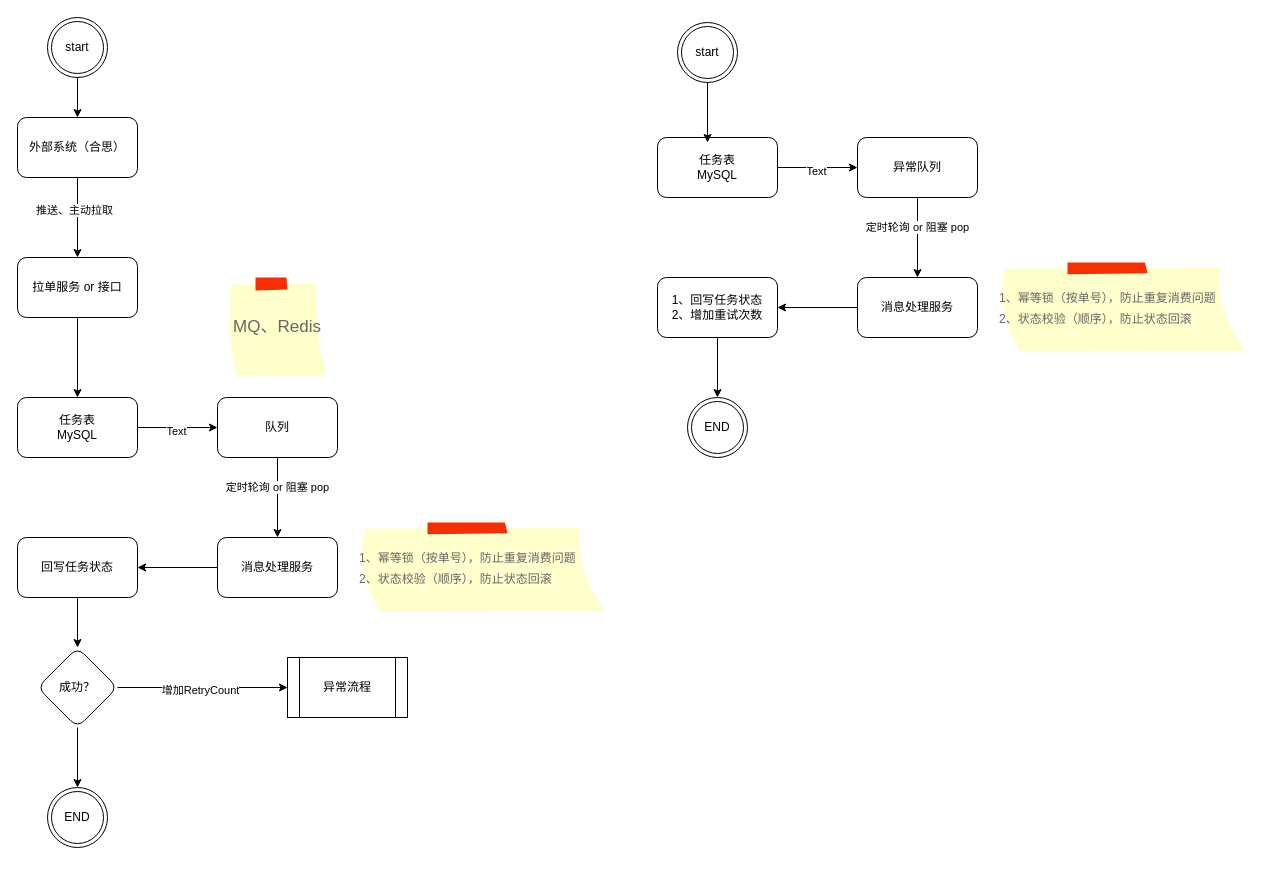
This is 拉状态.drawio from unclequentin/diagrams, a draw.io file, before an edit. Source tidied: cells renumbered, new cells numbered last; positions are measured from the earlier drawing's top-left corner, leaving out a move shared by most shapes. Both pictures are drawn from the tidied source at 100%, with x=0, y=0 at pixel (17, 17).
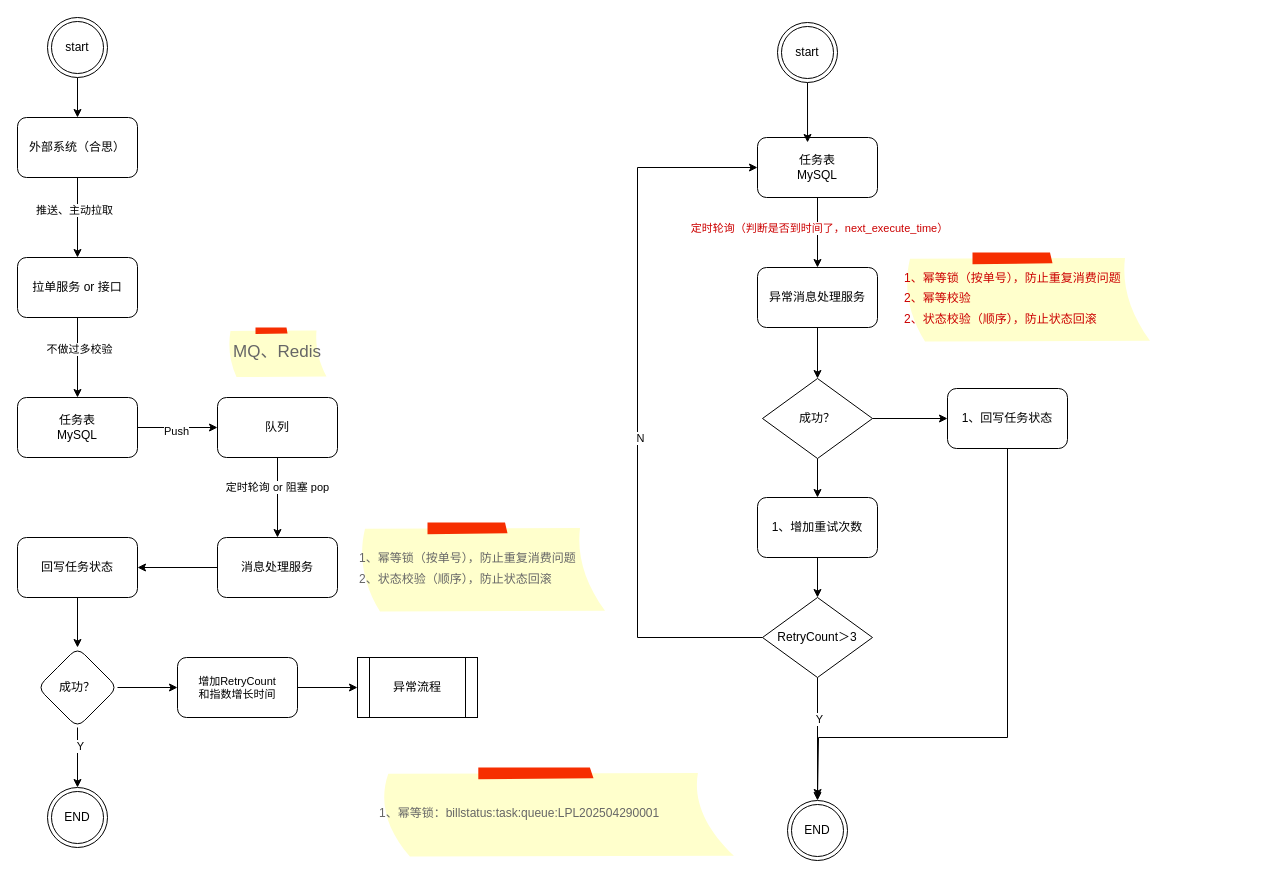
After the change.

Commit message:
更新拉状态.drawio

Unchanged cells that the change refers to:
```xml
<mxCell id="5" style="edgeStyle=orthogonalEdgeStyle;rounded=0;jettySize=auto;html=1;" parent="1" edge="1" source="6" target="9">
  <mxGeometry relative="1" as="geometry" />
</mxCell>
<mxCell id="7" style="edgeStyle=orthogonalEdgeStyle;rounded=0;jettySize=auto;html=1;" parent="1" edge="1" source="9" target="12">
  <mxGeometry relative="1" as="geometry" />
</mxCell>
<mxCell id="36" style="edgeStyle=orthogonalEdgeStyle;rounded=0;jettySize=auto;html=1;exitX=0.5;exitY=1;exitDx=0;exitDy=0;entryX=0.5;entryY=0;entryDx=0;entryDy=0;" parent="1" edge="1" source="39" target="19">
  <mxGeometry relative="1" as="geometry" />
</mxCell>
<mxCell id="39" value="成功？" style="rhombus;whiteSpace=wrap;html=1;rounded=1;" parent="1" vertex="1">
  <mxGeometry x="20" y="630" width="80" height="80" as="geometry" />
</mxCell>
```

Change to the diagram source:
```diff
@@
+    <mxCell id="41" value="不做过多校验" style="edgeLabel;html=1;align=center;verticalAlign=middle;" parent="5" vertex="1">
+      <mxGeometry x="-0.23" y="1" relative="1" as="geometry" />
+    </mxCell>
@@
-    <mxCell id="8" value="Text" style="edgeLabel;html=1;align=center;verticalAlign=middle;" parent="7" vertex="1">
+    <mxCell id="8" value="Push" style="edgeLabel;html=1;align=center;verticalAlign=middle;" parent="7" vertex="1">
       <mxGeometry x="-0.05" y="-3" relative="1" as="geometry" />
     </mxCell>
@@
     <mxCell id="15" value="MQ、Redis" style="strokeWidth=1;shadow=0;dashed=0;align=center;html=1;shape=mxgraph.mockup.text.stickyNote2;fontColor=#666666;mainText=;fontSize=17;whiteSpace=wrap;fillColor=#ffffcc;strokeColor=#F62E00;" parent="1" vertex="1">
-      <mxGeometry x="210" y="260" width="100" height="100" as="geometry" />
+      <mxGeometry x="210" y="310" width="100" height="50" as="geometry" />
     </mxCell>
@@
-    <mxCell id="22" style="edgeStyle=orthogonalEdgeStyle;rounded=0;jettySize=auto;html=1;" parent="1" edge="1" source="24" target="27">
-      <mxGeometry relative="1" as="geometry" />
-    </mxCell>
-    <mxCell id="23" value="Text" style="edgeLabel;html=1;align=center;verticalAlign=middle;" parent="22" vertex="1">
-      <mxGeometry x="-0.05" y="-3" relative="1" as="geometry" />
-    </mxCell>
+    <mxCell id="42" style="edgeStyle=orthogonalEdgeStyle;rounded=0;jettySize=auto;html=1;exitX=0.5;exitY=1;exitDx=0;exitDy=0;" parent="1" edge="1" source="24" target="29">
+      <mxGeometry relative="1" as="geometry" />
+    </mxCell>
+    <mxCell id="43" value="&lt;span style=&quot;color: rgb(204, 0, 0);&quot;&gt;定时轮询（判断是否到时间了，next_execute_time）&lt;/span&gt;" style="edgeLabel;html=1;align=center;verticalAlign=middle;" parent="42" vertex="1">
+      <mxGeometry x="-0.14" y="1" relative="1" as="geometry" />
+    </mxCell>
     <mxCell id="24" value="任务表&lt;div&gt;MySQL&lt;/div&gt;" style="whiteSpace=wrap;html=1;rounded=1;" parent="1" vertex="1">
-      <mxGeometry x="640" y="120" width="120" height="60" as="geometry" />
+      <mxGeometry x="740" y="120" width="120" height="60" as="geometry" />
     </mxCell>
-    <mxCell id="25" style="edgeStyle=orthogonalEdgeStyle;rounded=0;jettySize=auto;html=1;" parent="1" edge="1" source="27" target="29">
-      <mxGeometry relative="1" as="geometry" />
-    </mxCell>
-    <mxCell id="26" value="定时轮询 or 阻塞 pop" style="edgeLabel;html=1;align=center;verticalAlign=middle;" parent="25" vertex="1">
-      <mxGeometry x="-0.28" y="-1" relative="1" as="geometry" />
-    </mxCell>
-    <mxCell id="27" value="异常队列" style="whiteSpace=wrap;html=1;rounded=1;" parent="1" vertex="1">
-      <mxGeometry x="840" y="120" width="120" height="60" as="geometry" />
-    </mxCell>
-    <mxCell id="28" style="edgeStyle=orthogonalEdgeStyle;rounded=0;jettySize=auto;html=1;" parent="1" edge="1" source="29" target="32">
-      <mxGeometry relative="1" as="geometry" />
-    </mxCell>
+    <mxCell id="44" style="edgeStyle=orthogonalEdgeStyle;rounded=0;jettySize=auto;html=1;exitX=0.5;exitY=1;exitDx=0;exitDy=0;entryX=0.5;entryY=0;entryDx=0;entryDy=0;" parent="1" edge="1" source="29" target="58">
+      <mxGeometry relative="1" as="geometry" />
+    </mxCell>
-    <mxCell id="29" value="消息处理服务" style="whiteSpace=wrap;html=1;rounded=1;" parent="1" vertex="1">
-      <mxGeometry x="840" y="260" width="120" height="60" as="geometry" />
+    <mxCell id="29" value="异常消息处理服务" style="whiteSpace=wrap;html=1;rounded=1;" parent="1" vertex="1">
+      <mxGeometry x="740" y="250" width="120" height="60" as="geometry" />
     </mxCell>
-    <mxCell id="30" value="&lt;font style=&quot;font-size: 12px;&quot;&gt;1、幂等锁（按单号），防止重复消费问题&lt;/font&gt;&lt;div&gt;&lt;font style=&quot;font-size: 12px;&quot;&gt;2、状态校验（顺序），防止状态回滚&lt;/font&gt;&lt;/div&gt;" style="strokeWidth=1;shadow=0;dashed=0;align=left;html=1;shape=mxgraph.mockup.text.stickyNote2;fontColor=#666666;mainText=;fontSize=17;whiteSpace=wrap;fillColor=#ffffcc;strokeColor=#F62E00;" parent="1" vertex="1">
-      <mxGeometry x="980" y="245" width="250" height="90" as="geometry" />
+    <mxCell id="30" value="&lt;font style=&quot;font-size: 12px; color: rgb(204, 0, 0);&quot;&gt;1、幂等锁（按单号），防止重复消费问题&lt;/font&gt;&lt;div&gt;&lt;span style=&quot;font-size: 12px;&quot;&gt;&lt;font style=&quot;color: rgb(204, 0, 0);&quot;&gt;2、幂等校验&lt;br&gt;&lt;/font&gt;&lt;/span&gt;&lt;div&gt;&lt;font style=&quot;font-size: 12px; color: rgb(204, 0, 0);&quot;&gt;2、状态校验（顺序），防止状态回滚&lt;/font&gt;&lt;/div&gt;&lt;/div&gt;" style="strokeWidth=1;shadow=0;dashed=0;align=left;html=1;shape=mxgraph.mockup.text.stickyNote2;fontColor=#666666;mainText=;fontSize=17;whiteSpace=wrap;fillColor=#ffffcc;strokeColor=#F62E00;" parent="1" vertex="1">
+      <mxGeometry x="885" y="235" width="250" height="90" as="geometry" />
     </mxCell>
-    <mxCell id="31" style="edgeStyle=orthogonalEdgeStyle;rounded=0;jettySize=auto;html=1;exitX=0.5;exitY=1;exitDx=0;exitDy=0;entryX=0.5;entryY=0;entryDx=0;entryDy=0;" parent="1" edge="1" source="32" target="33">
-      <mxGeometry relative="1" as="geometry" />
-    </mxCell>
-    <mxCell id="32" value="1、回写任务状态&lt;div&gt;2、增加重试次数&lt;/div&gt;" style="whiteSpace=wrap;html=1;rounded=1;" parent="1" vertex="1">
-      <mxGeometry x="640" y="260" width="120" height="60" as="geometry" />
-    </mxCell>
-    <mxCell id="33" value="END" style="ellipse;shape=doubleEllipse;html=1;dashed=0;whiteSpace=wrap;" parent="1" vertex="1">
-      <mxGeometry x="670" y="380" width="60" height="60" as="geometry" />
-    </mxCell>
@@
     <mxCell id="35" value="start" style="ellipse;shape=doubleEllipse;html=1;dashed=0;whiteSpace=wrap;" parent="1" vertex="1">
-      <mxGeometry x="660" y="5" width="60" height="60" as="geometry" />
+      <mxGeometry x="760" y="5" width="60" height="60" as="geometry" />
     </mxCell>
@@
-    <mxCell id="37" style="edgeStyle=orthogonalEdgeStyle;rounded=0;jettySize=auto;html=1;exitX=1;exitY=0.5;exitDx=0;exitDy=0;" parent="1" edge="1" source="39" target="40">
-      <mxGeometry relative="1" as="geometry" />
-    </mxCell>
-    <mxCell id="38" value="增加RetryCount" style="edgeLabel;html=1;align=center;verticalAlign=middle;" parent="37" vertex="1">
-      <mxGeometry x="-0.04" y="-2" relative="1" as="geometry" />
-    </mxCell>
+    <mxCell id="45" value="Y" style="edgeLabel;html=1;align=center;verticalAlign=middle;" parent="36" vertex="1">
+      <mxGeometry x="-0.4" y="2" relative="1" as="geometry" />
+    </mxCell>
+    <mxCell id="46" style="edgeStyle=orthogonalEdgeStyle;rounded=0;jettySize=auto;html=1;" parent="1" edge="1" source="39" target="53">
+      <mxGeometry relative="1" as="geometry" />
+    </mxCell>
@@
     <mxCell id="40" value="异常流程" style="shape=process;whiteSpace=wrap;html=1;backgroundOutline=1;" parent="1" vertex="1">
-      <mxGeometry x="270" y="640" width="120" height="60" as="geometry" />
+      <mxGeometry x="340" y="640" width="120" height="60" as="geometry" />
     </mxCell>
+    <mxCell id="33" value="END" style="ellipse;shape=doubleEllipse;html=1;dashed=0;whiteSpace=wrap;" parent="1" vertex="1">
+      <mxGeometry x="770" y="783" width="60" height="60" as="geometry" />
+    </mxCell>
+    <mxCell id="47" style="edgeStyle=orthogonalEdgeStyle;rounded=0;jettySize=auto;html=1;exitX=0.5;exitY=1;exitDx=0;exitDy=0;" parent="1" edge="1" source="51" target="33">
+      <mxGeometry relative="1" as="geometry" />
+    </mxCell>
+    <mxCell id="48" value="Y" style="edgeLabel;html=1;align=center;verticalAlign=middle;" parent="47" vertex="1">
+      <mxGeometry x="-0.33" y="1" relative="1" as="geometry" />
+    </mxCell>
+    <mxCell id="49" style="edgeStyle=orthogonalEdgeStyle;rounded=0;jettySize=auto;html=1;exitX=0;exitY=0.5;exitDx=0;exitDy=0;entryX=0;entryY=0.5;entryDx=0;entryDy=0;" parent="1" edge="1" source="51" target="24">
+      <mxGeometry relative="1" as="geometry">
+        <Array as="points">
+          <mxPoint x="620" y="620" />
+          <mxPoint x="620" y="150" />
+        </Array>
+      </mxGeometry>
+    </mxCell>
+    <mxCell id="50" value="N" style="edgeLabel;html=1;align=center;verticalAlign=middle;" parent="49" vertex="1">
+      <mxGeometry x="-0.09" y="-2" relative="1" as="geometry" />
+    </mxCell>
+    <mxCell id="51" value="RetryCount＞3" style="rhombus;whiteSpace=wrap;html=1;" parent="1" vertex="1">
+      <mxGeometry x="745" y="580" width="110" height="80" as="geometry" />
+    </mxCell>
+    <mxCell id="52" style="edgeStyle=orthogonalEdgeStyle;rounded=0;jettySize=auto;html=1;exitX=1;exitY=0.5;exitDx=0;exitDy=0;" parent="1" edge="1" source="53" target="40">
+      <mxGeometry relative="1" as="geometry" />
+    </mxCell>
+    <mxCell id="53" value="&lt;span style=&quot;font-size: 11px; text-wrap-mode: nowrap; background-color: rgb(255, 255, 255);&quot;&gt;增加RetryCount&lt;/span&gt;&lt;div style=&quot;font-size: 11px; text-wrap-mode: nowrap;&quot;&gt;和指数增长时间&lt;/div&gt;" style="whiteSpace=wrap;html=1;rounded=1;" parent="1" vertex="1">
+      <mxGeometry x="160" y="640" width="120" height="60" as="geometry" />
+    </mxCell>
+    <mxCell id="54" style="edgeStyle=orthogonalEdgeStyle;rounded=0;jettySize=auto;html=1;exitX=0.5;exitY=1;exitDx=0;exitDy=0;" parent="1" edge="1" source="55">
+      <mxGeometry relative="1" as="geometry">
+        <mxPoint x="800" y="780" as="targetPoint" />
+        <Array as="points">
+          <mxPoint x="990" y="720" />
+          <mxPoint x="801" y="720" />
+        </Array>
+      </mxGeometry>
+    </mxCell>
+    <mxCell id="55" value="1、回写任务状态" style="whiteSpace=wrap;html=1;rounded=1;" parent="1" vertex="1">
+      <mxGeometry x="930" y="371" width="120" height="60" as="geometry" />
+    </mxCell>
+    <mxCell id="56" style="edgeStyle=orthogonalEdgeStyle;rounded=0;jettySize=auto;html=1;exitX=1;exitY=0.5;exitDx=0;exitDy=0;" parent="1" edge="1" source="58" target="55">
+      <mxGeometry relative="1" as="geometry" />
+    </mxCell>
+    <mxCell id="57" style="edgeStyle=orthogonalEdgeStyle;rounded=0;jettySize=auto;html=1;exitX=0.5;exitY=1;exitDx=0;exitDy=0;entryX=0.5;entryY=0;entryDx=0;entryDy=0;" parent="1" edge="1" source="58" target="60">
+      <mxGeometry relative="1" as="geometry" />
+    </mxCell>
+    <mxCell id="58" value="成功？" style="rhombus;whiteSpace=wrap;html=1;" parent="1" vertex="1">
+      <mxGeometry x="745" y="361" width="110" height="80" as="geometry" />
+    </mxCell>
+    <mxCell id="59" style="edgeStyle=orthogonalEdgeStyle;rounded=0;jettySize=auto;html=1;exitX=0.5;exitY=1;exitDx=0;exitDy=0;entryX=0.5;entryY=0;entryDx=0;entryDy=0;" parent="1" edge="1" source="60" target="51">
+      <mxGeometry relative="1" as="geometry" />
+    </mxCell>
+    <mxCell id="60" value="&lt;div&gt;1、增加重试次数&lt;/div&gt;" style="whiteSpace=wrap;html=1;rounded=1;" parent="1" vertex="1">
+      <mxGeometry x="740" y="480" width="120" height="60" as="geometry" />
+    </mxCell>
+    <mxCell id="61" value="&lt;font style=&quot;font-size: 12px;&quot;&gt;1、幂等锁：billstatus:task:queue:LPL202504290001&lt;/font&gt;" style="strokeWidth=1;shadow=0;dashed=0;align=left;html=1;shape=mxgraph.mockup.text.stickyNote2;fontColor=#666666;mainText=;fontSize=17;whiteSpace=wrap;fillColor=#ffffcc;strokeColor=#F62E00;" parent="1" vertex="1">
+      <mxGeometry x="360" y="750" width="360" height="90" as="geometry" />
+    </mxCell>
```
